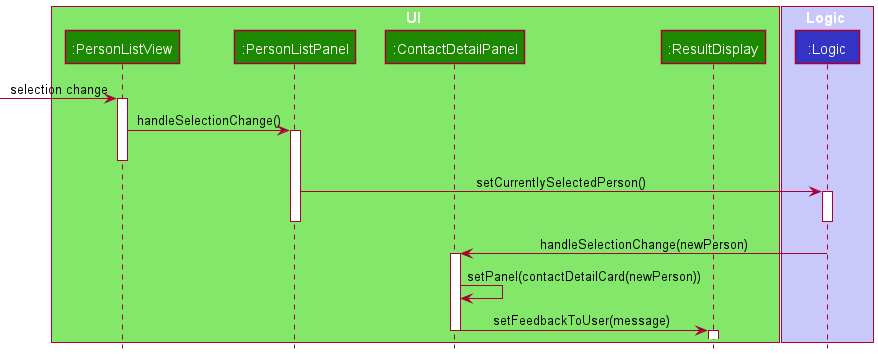
The PlantUML diagram docs/images/ContactListSelectionChangeDiagram.png in zihaowrez/tp, before a commit.
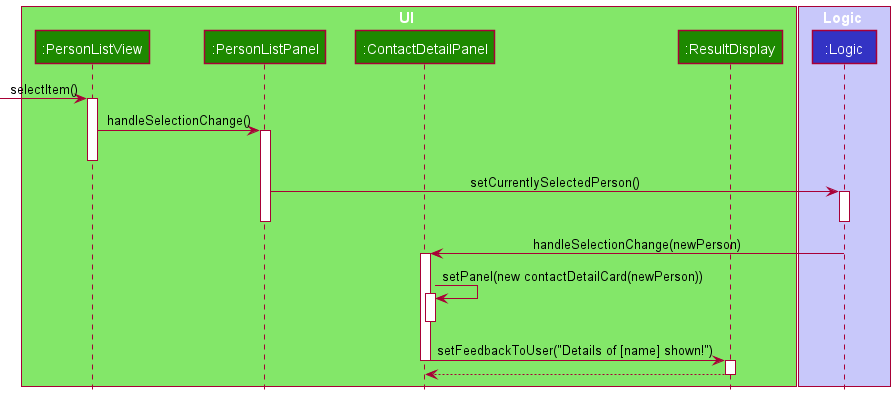
The same diagram one commit later.

Diff of the diagram source:
```diff
@@ -12,7 +12,7 @@
 participant ":Logic" as Logic LOGIC_COLOR
 end box
 
-[-> PersonListView : selection change
+[-> PersonListView : selectItem()
 activate PersonListView
 
 PersonListView -> PersonListPanel : handleSelectionChange()
@@ -27,12 +27,15 @@
 Logic -> ContactDetailPanel : handleSelectionChange(newPerson)
 activate ContactDetailPanel
 
-ContactDetailPanel -> ContactDetailPanel : setPanel(contactDetailCard(newPerson))
+ContactDetailPanel -> ContactDetailPanel : setPanel(new contactDetailCard(newPerson))
+activate ContactDetailPanel
+deactivate ContactDetailPanel
 
-ContactDetailPanel -> ResultDisplay : setFeedbackToUser(message)
+ContactDetailPanel -> ResultDisplay : setFeedbackToUser("Details of [name] shown!")
 deactivate ContactDetailPanel
 activate ResultDisplay
 
+ResultDisplay --> ContactDetailPanel
 deactivate ResultDisplay
 
 
```
